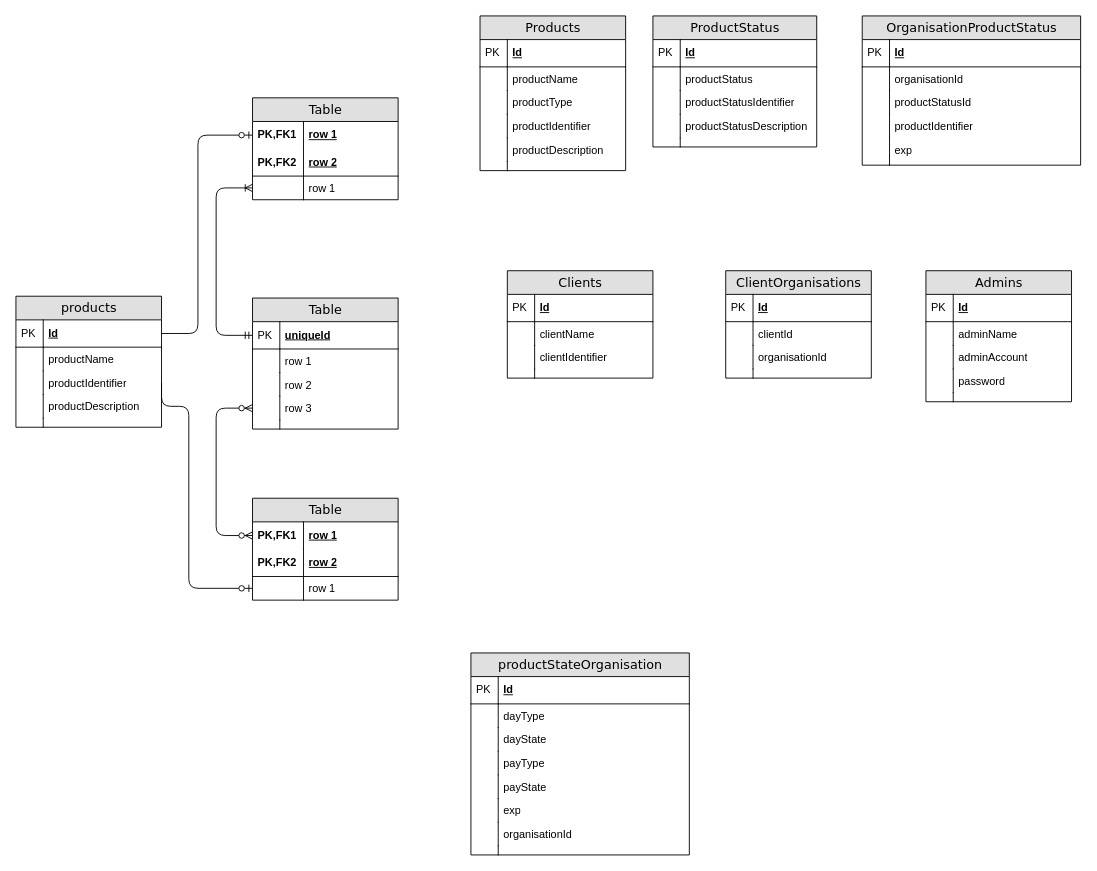
Before: backStageRelation.drawio in Shiva1010/myFlow, a draw.io diagram. Source tidied: cells renumbered, new cells numbered last; positions are measured from the earlier drawing's top-left corner, leaving out a move shared by most shapes. Both pictures are drawn from the tidied source at 91%, with x=0, y=0 at pixel (15, 15).
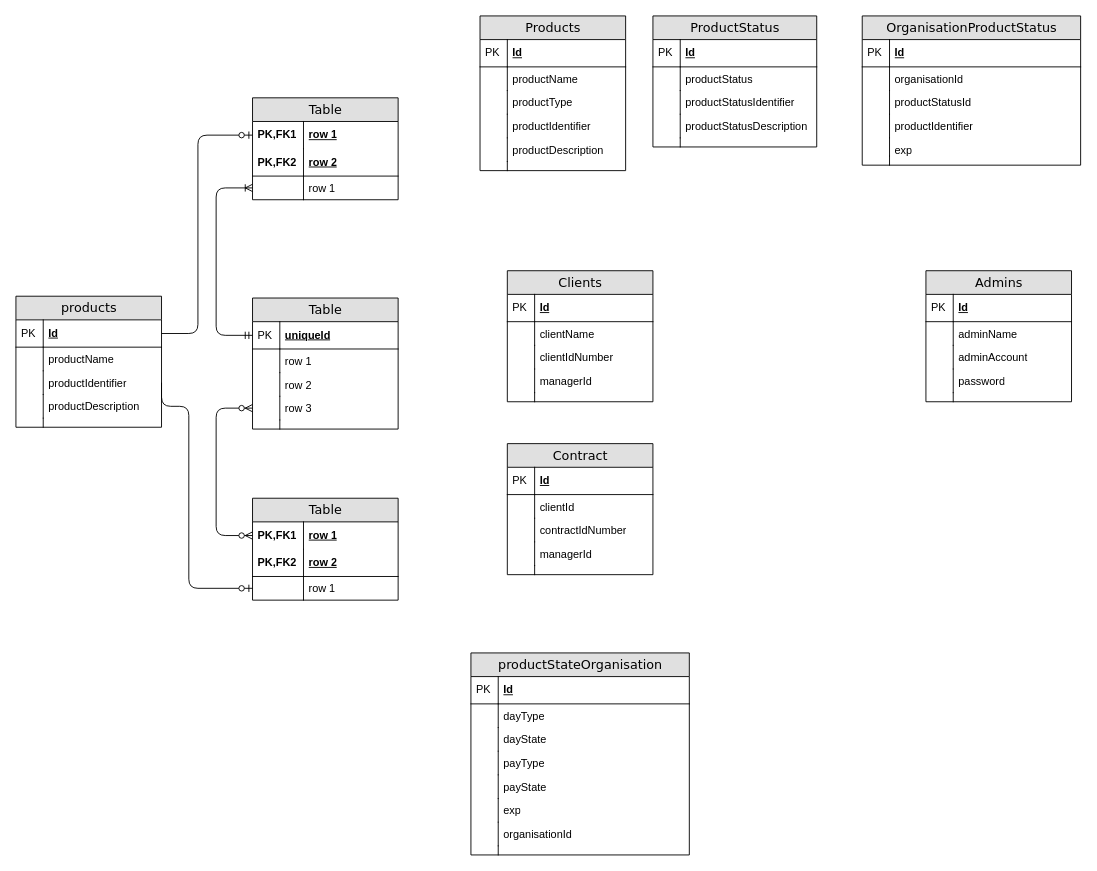
The same diagram, later.

Diff of the diagram source:
```diff
@@
     <mxCell id="96" value="Clients" style="swimlane;html=1;fontStyle=0;horizontal=1;startSize=26;fillColor=#e0e0e0;swimlaneFillColor=#ffffff;align=center;rounded=0;shadow=0;comic=0;labelBackgroundColor=none;strokeWidth=1;fontFamily=Verdana;fontSize=14;" parent="1" vertex="1">
-      <mxGeometry x="540" y="280" width="160" height="118" as="geometry" />
+      <mxGeometry x="540" y="280" width="160" height="144" as="geometry" />
     </mxCell>
@@
-    <mxCell id="101" value="clientIdentifier" style="shape=partialRectangle;top=0;left=0;right=0;bottom=0;html=1;align=left;verticalAlign=top;fillColor=none;spacingLeft=34;spacingRight=4;whiteSpace=wrap;overflow=hidden;" parent="96" vertex="1">
+    <mxCell id="101" value="clientIdNumber" style="shape=partialRectangle;top=0;left=0;right=0;bottom=0;html=1;align=left;verticalAlign=top;fillColor=none;spacingLeft=34;spacingRight=4;whiteSpace=wrap;overflow=hidden;" parent="96" vertex="1">
       <mxGeometry y="82" width="160" height="26" as="geometry" />
     </mxCell>
@@
+    <mxCell id="125" value="managerId" style="shape=partialRectangle;top=0;left=0;right=0;bottom=0;html=1;align=left;verticalAlign=top;fillColor=none;spacingLeft=34;spacingRight=4;whiteSpace=wrap;overflow=hidden;" parent="96" vertex="1">
+      <mxGeometry y="108" width="160" height="26" as="geometry" />
+    </mxCell>
+    <mxCell id="126" style="shape=partialRectangle;top=0;left=0;bottom=0;html=1;fillColor=none;align=left;verticalAlign=top;spacingLeft=4;spacingRight=4;whiteSpace=wrap;overflow=hidden;" parent="125" vertex="1">
+      <mxGeometry width="30" height="26" as="geometry" />
+    </mxCell>
     <mxCell id="103" style="shape=partialRectangle;top=0;left=0;right=0;bottom=0;html=1;align=left;verticalAlign=top;fillColor=none;spacingLeft=34;spacingRight=4;whiteSpace=wrap;overflow=hidden;" parent="96" vertex="1">
-      <mxGeometry y="108" width="160" height="10" as="geometry" />
+      <mxGeometry y="134" width="160" height="10" as="geometry" />
     </mxCell>
@@
-    <mxCell id="105" value="ClientOrganisations" style="swimlane;html=1;fontStyle=0;horizontal=1;startSize=26;fillColor=#e0e0e0;swimlaneFillColor=#ffffff;align=center;rounded=0;shadow=0;comic=0;labelBackgroundColor=none;strokeWidth=1;fontFamily=Verdana;fontSize=14;" parent="1" vertex="1">
-      <mxGeometry x="780" y="280" width="160" height="118" as="geometry" />
-    </mxCell>
-    <mxCell id="106" value="Id" style="shape=partialRectangle;top=0;left=0;right=0;bottom=1;html=1;align=left;verticalAlign=middle;fillColor=none;spacingLeft=34;spacingRight=4;whiteSpace=wrap;overflow=hidden;fontStyle=5;" parent="105" vertex="1">
-      <mxGeometry y="26" width="160" height="30" as="geometry" />
-    </mxCell>
-    <mxCell id="107" value="PK" style="shape=partialRectangle;top=0;left=0;bottom=0;html=1;fillColor=none;align=left;verticalAlign=middle;spacingLeft=4;spacingRight=4;whiteSpace=wrap;overflow=hidden;" parent="106" vertex="1">
-      <mxGeometry width="30" height="30" as="geometry" />
-    </mxCell>
-    <mxCell id="108" value="clientId" style="shape=partialRectangle;top=0;left=0;right=0;bottom=0;html=1;align=left;verticalAlign=top;fillColor=none;spacingLeft=34;spacingRight=4;whiteSpace=wrap;overflow=hidden;" parent="105" vertex="1">
-      <mxGeometry y="56" width="160" height="26" as="geometry" />
-    </mxCell>
-    <mxCell id="109" style="shape=partialRectangle;top=0;left=0;bottom=0;html=1;fillColor=none;align=left;verticalAlign=top;spacingLeft=4;spacingRight=4;whiteSpace=wrap;overflow=hidden;" parent="108" vertex="1">
-      <mxGeometry width="30" height="26" as="geometry" />
-    </mxCell>
-    <mxCell id="110" value="organisationId" style="shape=partialRectangle;top=0;left=0;right=0;bottom=0;html=1;align=left;verticalAlign=top;fillColor=none;spacingLeft=34;spacingRight=4;whiteSpace=wrap;overflow=hidden;" parent="105" vertex="1">
-      <mxGeometry y="82" width="160" height="26" as="geometry" />
-    </mxCell>
-    <mxCell id="111" style="shape=partialRectangle;top=0;left=0;bottom=0;html=1;fillColor=none;align=left;verticalAlign=top;spacingLeft=4;spacingRight=4;whiteSpace=wrap;overflow=hidden;" parent="110" vertex="1">
-      <mxGeometry width="30" height="26" as="geometry" />
-    </mxCell>
-    <mxCell id="112" style="shape=partialRectangle;top=0;left=0;right=0;bottom=0;html=1;align=left;verticalAlign=top;fillColor=none;spacingLeft=34;spacingRight=4;whiteSpace=wrap;overflow=hidden;" parent="105" vertex="1">
-      <mxGeometry y="108" width="160" height="10" as="geometry" />
-    </mxCell>
-    <mxCell id="113" style="shape=partialRectangle;top=0;left=0;bottom=0;html=1;fillColor=none;align=left;verticalAlign=top;spacingLeft=4;spacingRight=4;whiteSpace=wrap;overflow=hidden;" parent="112" vertex="1">
-      <mxGeometry width="30" height="10" as="geometry" />
-    </mxCell>
@@
+    <mxCell id="127" value="Contract" style="swimlane;html=1;fontStyle=0;horizontal=1;startSize=26;fillColor=#e0e0e0;swimlaneFillColor=#ffffff;align=center;rounded=0;shadow=0;comic=0;labelBackgroundColor=none;strokeWidth=1;fontFamily=Verdana;fontSize=14;" parent="1" vertex="1">
+      <mxGeometry x="540" y="470" width="160" height="144" as="geometry" />
+    </mxCell>
+    <mxCell id="106" value="Id" style="shape=partialRectangle;top=0;left=0;right=0;bottom=1;html=1;align=left;verticalAlign=middle;fillColor=none;spacingLeft=34;spacingRight=4;whiteSpace=wrap;overflow=hidden;fontStyle=5;" parent="127" vertex="1">
+      <mxGeometry y="26" width="160" height="30" as="geometry" />
+    </mxCell>
+    <mxCell id="107" value="PK" style="shape=partialRectangle;top=0;left=0;bottom=0;html=1;fillColor=none;align=left;verticalAlign=middle;spacingLeft=4;spacingRight=4;whiteSpace=wrap;overflow=hidden;" parent="106" vertex="1">
+      <mxGeometry width="30" height="30" as="geometry" />
+    </mxCell>
+    <mxCell id="108" value="clientId" style="shape=partialRectangle;top=0;left=0;right=0;bottom=0;html=1;align=left;verticalAlign=top;fillColor=none;spacingLeft=34;spacingRight=4;whiteSpace=wrap;overflow=hidden;" parent="127" vertex="1">
+      <mxGeometry y="56" width="160" height="26" as="geometry" />
+    </mxCell>
+    <mxCell id="128" style="shape=partialRectangle;top=0;left=0;bottom=0;html=1;fillColor=none;align=left;verticalAlign=top;spacingLeft=4;spacingRight=4;whiteSpace=wrap;overflow=hidden;" parent="108" vertex="1">
+      <mxGeometry width="30" height="26" as="geometry" />
+    </mxCell>
+    <mxCell id="129" value="contractIdNumber" style="shape=partialRectangle;top=0;left=0;right=0;bottom=0;html=1;align=left;verticalAlign=top;fillColor=none;spacingLeft=34;spacingRight=4;whiteSpace=wrap;overflow=hidden;" parent="127" vertex="1">
+      <mxGeometry y="82" width="160" height="26" as="geometry" />
+    </mxCell>
+    <mxCell id="130" style="shape=partialRectangle;top=0;left=0;bottom=0;html=1;fillColor=none;align=left;verticalAlign=top;spacingLeft=4;spacingRight=4;whiteSpace=wrap;overflow=hidden;" parent="129" vertex="1">
+      <mxGeometry width="30" height="26" as="geometry" />
+    </mxCell>
+    <mxCell id="131" value="managerId" style="shape=partialRectangle;top=0;left=0;right=0;bottom=0;html=1;align=left;verticalAlign=top;fillColor=none;spacingLeft=34;spacingRight=4;whiteSpace=wrap;overflow=hidden;" parent="127" vertex="1">
+      <mxGeometry y="108" width="160" height="26" as="geometry" />
+    </mxCell>
+    <mxCell id="132" style="shape=partialRectangle;top=0;left=0;bottom=0;html=1;fillColor=none;align=left;verticalAlign=top;spacingLeft=4;spacingRight=4;whiteSpace=wrap;overflow=hidden;" parent="131" vertex="1">
+      <mxGeometry width="30" height="26" as="geometry" />
+    </mxCell>
+    <mxCell id="133" style="shape=partialRectangle;top=0;left=0;right=0;bottom=0;html=1;align=left;verticalAlign=top;fillColor=none;spacingLeft=34;spacingRight=4;whiteSpace=wrap;overflow=hidden;" parent="127" vertex="1">
+      <mxGeometry y="134" width="160" height="10" as="geometry" />
+    </mxCell>
+    <mxCell id="113" style="shape=partialRectangle;top=0;left=0;bottom=0;html=1;fillColor=none;align=left;verticalAlign=top;spacingLeft=4;spacingRight=4;whiteSpace=wrap;overflow=hidden;" parent="133" vertex="1">
+      <mxGeometry width="30" height="10" as="geometry" />
+    </mxCell>
```
